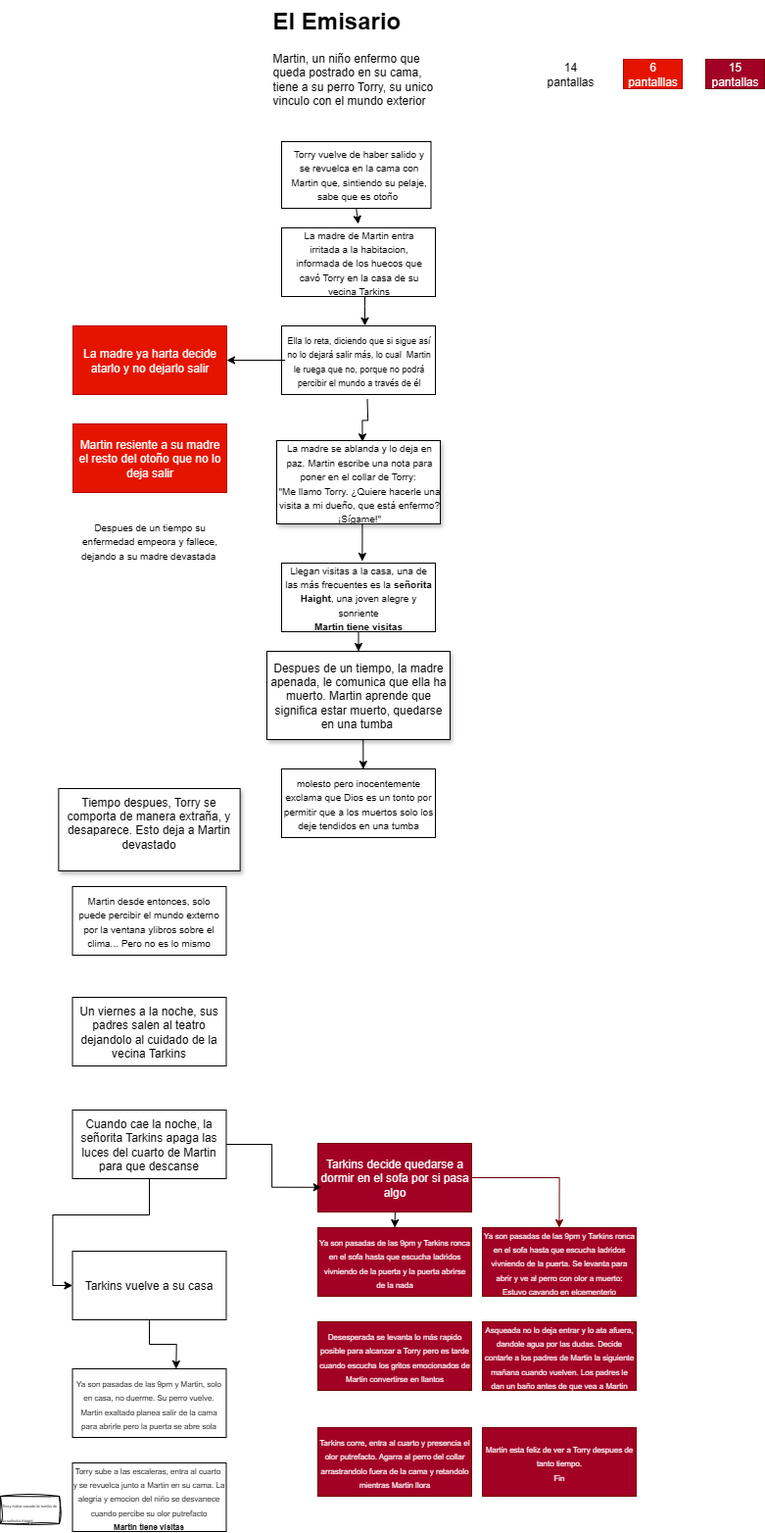
ro276/pmiw keeps this draw.io diagram as Diagrama E Emisario.drawio.png. Above is the earlier version. Source tidied: cells renumbered, new cells last; positions are measured from the earlier drawing's top-left corner, leaving out a move shared by most shapes. Its diagram source:
```xml
<mxGraphModel>
  <root>
    <mxCell id="0" />
    <mxCell id="1" parent="0" />
    <mxCell id="2" style="edgeStyle=orthogonalEdgeStyle;rounded=0;jettySize=auto;html=1;exitX=0.5;exitY=1;exitDx=0;exitDy=0;" parent="1" edge="1" source="3">
      <mxGeometry relative="1" as="geometry">
        <mxPoint x="365.3" y="228" as="targetPoint" />
      </mxGeometry>
    </mxCell>
    <mxCell id="3" style="rounded=0;whiteSpace=wrap;html=1;" parent="1" vertex="1">
      <mxGeometry x="287" y="144" width="152.5" height="68" as="geometry" />
    </mxCell>
    <mxCell id="4" style="edgeStyle=orthogonalEdgeStyle;rounded=0;jettySize=auto;html=1;entryX=0.532;entryY=-0.002;entryDx=0;entryDy=0;entryPerimeter=0;" parent="1" edge="1" source="5" target="11">
      <mxGeometry relative="1" as="geometry">
        <Array as="points">
          <mxPoint x="372" y="312" />
          <mxPoint x="372" y="312" />
        </Array>
      </mxGeometry>
    </mxCell>
    <mxCell id="5" style="rounded=0;whiteSpace=wrap;html=1;" parent="1" vertex="1">
      <mxGeometry x="287" y="232" width="157" height="70" as="geometry" />
    </mxCell>
    <mxCell id="6" value="&lt;font size=&quot;1&quot;&gt;Torry vuelve de haber salido y se revuelca en la cama con Martin que, sintiendo su pelaje, sabe que es otoño&amp;nbsp;&lt;/font&gt;" style="text;html=1;align=center;verticalAlign=middle;whiteSpace=wrap;rounded=0;" parent="1" vertex="1">
      <mxGeometry x="292.8" y="167" width="145.5" height="20" as="geometry" />
    </mxCell>
    <mxCell id="7" style="rounded=0;whiteSpace=wrap;html=1;" parent="1" vertex="1">
      <mxGeometry x="287" y="332" width="157" height="70" as="geometry" />
    </mxCell>
    <mxCell id="8" style="edgeStyle=orthogonalEdgeStyle;rounded=0;jettySize=auto;html=1;exitX=0.5;exitY=1;exitDx=0;exitDy=0;" parent="1" edge="1" source="9">
      <mxGeometry relative="1" as="geometry">
        <mxPoint x="369.4" y="572" as="targetPoint" />
      </mxGeometry>
    </mxCell>
    <mxCell id="9" value="&lt;div style=&quot;text-align: center;&quot;&gt;&lt;font style=&quot;background-color: transparent; color: light-dark(rgb(0, 0, 0), rgb(255, 255, 255)); font-size: 10px;&quot;&gt;La madre se ablanda y lo deja en paz.&amp;nbsp;&lt;/font&gt;&lt;span style=&quot;background-color: transparent; color: light-dark(rgb(0, 0, 0), rgb(255, 255, 255)); font-size: 10px;&quot;&gt;Martin escribe una nota para poner en el collar de Torry:&amp;nbsp;&lt;/span&gt;&lt;/div&gt;&lt;div style=&quot;text-align: center;&quot;&gt;&lt;span style=&quot;font-size: 10px; background-color: transparent; color: light-dark(rgb(0, 0, 0), rgb(255, 255, 255)); text-align: left;&quot;&gt;&quot;&lt;/span&gt;&lt;span style=&quot;font-size: 10px; background-color: transparent; color: light-dark(rgb(0, 0, 0), rgb(255, 255, 255)); text-align: left;&quot;&gt;Me llamo Torry. ¿Quiere hacerle una visita a mi dueño, que está enfermo? ¡Sígame!&quot;&lt;/span&gt;&lt;/div&gt;" style="rounded=0;whiteSpace=wrap;html=1;glass=0;shadow=1;align=left;" parent="1" vertex="1">
      <mxGeometry x="282" y="449" width="167" height="85" as="geometry" />
    </mxCell>
    <mxCell id="10" value="&lt;font size=&quot;1&quot;&gt;La madre de Martin entra irritada a la habitacion, informada de los huecos que cavó Torry en la casa de su vecina Tarkins&lt;/font&gt;" style="text;html=1;align=center;verticalAlign=middle;whiteSpace=wrap;rounded=0;" parent="1" vertex="1">
      <mxGeometry x="292.8" y="257" width="145.5" height="20" as="geometry" />
    </mxCell>
    <mxCell id="11" style="rounded=0;whiteSpace=wrap;html=1;" parent="1" vertex="1">
      <mxGeometry x="287" y="332" width="157" height="70" as="geometry" />
    </mxCell>
    <mxCell id="12" style="edgeStyle=orthogonalEdgeStyle;rounded=0;jettySize=auto;html=1;entryX=1;entryY=0.5;entryDx=0;entryDy=0;" parent="1" edge="1" source="13" target="14">
      <mxGeometry relative="1" as="geometry" />
    </mxCell>
    <mxCell id="13" value="&lt;font style=&quot;font-size: 9px;&quot;&gt;Ella lo reta, diciendo que si sigue así no lo dejará salir más, lo cual&amp;nbsp; Martin le ruega que no, porque no podrá percibir el mundo a través de él&lt;/font&gt;" style="text;html=1;align=center;verticalAlign=middle;whiteSpace=wrap;rounded=0;" parent="1" vertex="1">
      <mxGeometry x="290.6" y="353.5" width="149.8" height="27" as="geometry" />
    </mxCell>
    <mxCell id="14" value="La madre ya harta decide atarlo y no dejarlo salir" style="rounded=0;whiteSpace=wrap;html=1;fillColor=#e51400;fontColor=#ffffff;strokeColor=#B20000;" parent="1" vertex="1">
      <mxGeometry x="74" y="332" width="157" height="70" as="geometry" />
    </mxCell>
    <mxCell id="15" value="Martin resiente a su madre el resto del otoño que no lo deja salir" style="rounded=0;whiteSpace=wrap;html=1;fillColor=#e51400;fontColor=#ffffff;strokeColor=#B20000;" parent="1" vertex="1">
      <mxGeometry x="74" y="432" width="157" height="70" as="geometry" />
    </mxCell>
    <mxCell id="16" style="edgeStyle=orthogonalEdgeStyle;rounded=0;jettySize=auto;html=1;exitX=0.5;exitY=1;exitDx=0;exitDy=0;entryX=0.5;entryY=0;entryDx=0;entryDy=0;" parent="1" edge="1" source="17" target="18">
      <mxGeometry relative="1" as="geometry" />
    </mxCell>
    <mxCell id="17" value="&lt;font style=&quot;font-size: 10px;&quot;&gt;Llegan visitas a la casa, una de las más frecuentes es la &lt;b&gt;señorita Haight&lt;/b&gt;, una joven alegre y sonriente&lt;/font&gt;&lt;div&gt;&lt;font style=&quot;font-size: 10px;&quot;&gt;&lt;b&gt;Martin tiene visitas&lt;/b&gt;&lt;/font&gt;&lt;/div&gt;" style="rounded=0;whiteSpace=wrap;html=1;" parent="1" vertex="1">
      <mxGeometry x="287" y="574" width="157" height="70" as="geometry" />
    </mxCell>
    <mxCell id="18" value="Despues de un tiempo, la madre apenada, le comunica que ella ha muerto. Martin&lt;span style=&quot;background-color: transparent; color: light-dark(rgb(0, 0, 0), rgb(255, 255, 255));&quot;&gt;&amp;nbsp;aprende que significa estar muerto, quedarse en una tumba&amp;nbsp;&lt;/span&gt;" style="rounded=0;whiteSpace=wrap;html=1;shadow=1;" parent="1" vertex="1">
      <mxGeometry x="272" y="664" width="187" height="90" as="geometry" />
    </mxCell>
    <mxCell id="19" value="Tiempo despues, Torry se comporta de manera extraña, y desaparece. Esto deja a Martin devastado&lt;div&gt;&lt;br&gt;&lt;/div&gt;" style="rounded=0;whiteSpace=wrap;html=1;shadow=1;" parent="1" vertex="1">
      <mxGeometry x="59.4" y="804" width="185.2" height="84" as="geometry" />
    </mxCell>
    <mxCell id="20" value="&lt;font style=&quot;font-size: 10px;&quot;&gt;molesto pero inocentemente exclama que Dios es un tonto por permitir que a los muertos solo los deje tendidos en una tumba&lt;/font&gt;" style="rounded=0;whiteSpace=wrap;html=1;" parent="1" vertex="1">
      <mxGeometry x="287" y="784" width="157" height="70" as="geometry" />
    </mxCell>
    <mxCell id="21" value="&lt;font style=&quot;font-size: 10px;&quot;&gt;Martin desde entonces, solo puede percibir el mundo externo por la ventana ylibros sobre el clima... Pero no es lo mismo&lt;/font&gt;" style="rounded=0;whiteSpace=wrap;html=1;" parent="1" vertex="1">
      <mxGeometry x="73.5" y="904" width="157" height="70" as="geometry" />
    </mxCell>
    <mxCell id="22" value="Un viernes a la noche, sus padres salen al teatro dejandolo al cuidado de la vecina Tarkins" style="rounded=0;whiteSpace=wrap;html=1;" parent="1" vertex="1">
      <mxGeometry x="73.5" y="1017" width="157" height="70" as="geometry" />
    </mxCell>
    <mxCell id="23" value="&lt;h1 style=&quot;margin-top: 0px;&quot;&gt;El Emisario&lt;/h1&gt;&lt;p&gt;Martin, un niño enfermo que queda postrado en su cama, tiene a su perro Torry, su unico vinculo con el mundo exterior&lt;/p&gt;" style="text;html=1;whiteSpace=wrap;overflow=hidden;rounded=0;" parent="1" vertex="1">
      <mxGeometry x="275.5" width="180" height="120" as="geometry" />
    </mxCell>
    <mxCell id="24" style="edgeStyle=orthogonalEdgeStyle;rounded=0;jettySize=auto;html=1;exitX=0.5;exitY=1;exitDx=0;exitDy=0;entryX=0.524;entryY=0.015;entryDx=0;entryDy=0;entryPerimeter=0;" parent="1" edge="1" target="9">
      <mxGeometry relative="1" as="geometry">
        <mxPoint x="374.5" y="407" as="sourcePoint" />
      </mxGeometry>
    </mxCell>
    <mxCell id="25" style="edgeStyle=orthogonalEdgeStyle;rounded=0;jettySize=auto;html=1;exitX=0.5;exitY=1;exitDx=0;exitDy=0;entryX=0.531;entryY=0.003;entryDx=0;entryDy=0;entryPerimeter=0;" parent="1" edge="1" source="18" target="20">
      <mxGeometry relative="1" as="geometry" />
    </mxCell>
    <mxCell id="26" value="&lt;font style=&quot;font-size: 10px;&quot;&gt;Despues de un tiempo su enfermedad empeora y fallece, dejando a su madre devastada&amp;nbsp;&lt;/font&gt;" style="rounded=0;whiteSpace=wrap;html=1;fillColor=none;strokeColor=none;gradientColor=none;" parent="1" vertex="1">
      <mxGeometry x="74" y="516" width="157" height="70" as="geometry" />
    </mxCell>
    <mxCell id="27" style="edgeStyle=orthogonalEdgeStyle;rounded=0;jettySize=auto;html=1;entryX=0;entryY=0.5;entryDx=0;entryDy=0;" parent="1" edge="1" source="28" target="33">
      <mxGeometry relative="1" as="geometry" />
    </mxCell>
    <mxCell id="28" value="Cuando cae la noche, la señorita Tarkins apaga las luces del cuarto de Martin para que descanse" style="rounded=0;whiteSpace=wrap;html=1;" parent="1" vertex="1">
      <mxGeometry x="73.5" y="1132" width="157" height="70" as="geometry" />
    </mxCell>
    <mxCell id="29" style="edgeStyle=orthogonalEdgeStyle;rounded=0;jettySize=auto;html=1;entryX=0.5;entryY=0;entryDx=0;entryDy=0;fillColor=#a20025;strokeColor=#6F0000;" parent="1" edge="1" source="31" target="35">
      <mxGeometry relative="1" as="geometry" />
    </mxCell>
    <mxCell id="30" style="edgeStyle=orthogonalEdgeStyle;rounded=0;jettySize=auto;html=1;exitX=0.5;exitY=1;exitDx=0;exitDy=0;entryX=0.5;entryY=0;entryDx=0;entryDy=0;" parent="1" edge="1" target="42">
      <mxGeometry relative="1" as="geometry">
        <mxPoint x="402.5" y="1202" as="sourcePoint" />
      </mxGeometry>
    </mxCell>
    <mxCell id="31" value="Tarkins decide quedarse a dormir en el sofa por si pasa algo" style="rounded=0;whiteSpace=wrap;html=1;fillColor=#a20025;strokeColor=#6F0000;fontColor=#ffffff;" parent="1" vertex="1">
      <mxGeometry x="324" y="1166" width="157" height="70" as="geometry" />
    </mxCell>
    <mxCell id="32" style="edgeStyle=orthogonalEdgeStyle;rounded=0;jettySize=auto;html=1;exitX=0.5;exitY=1;exitDx=0;exitDy=0;" parent="1" edge="1" source="33">
      <mxGeometry relative="1" as="geometry">
        <mxPoint x="179.3" y="1396" as="targetPoint" />
      </mxGeometry>
    </mxCell>
    <mxCell id="33" value="Tarkins vuelve a su casa" style="rounded=0;whiteSpace=wrap;html=1;" parent="1" vertex="1">
      <mxGeometry x="73.5" y="1276" width="157" height="70" as="geometry" />
    </mxCell>
    <mxCell id="34" value="&lt;span style=&quot;font-size: 8px;&quot;&gt;Ya son pasadas de las 9pm y Martin, solo en casa, no duerme. Su perro vuelve.&lt;/span&gt;&lt;div&gt;&lt;span style=&quot;font-size: 8px;&quot;&gt;Martin exaltado planea salir de la cama para abrirle pero la puerta se abre sola&lt;/span&gt;&lt;/div&gt;" style="rounded=0;whiteSpace=wrap;html=1;" parent="1" vertex="1">
      <mxGeometry x="73.5" y="1396" width="157" height="70" as="geometry" />
    </mxCell>
    <mxCell id="35" value="&lt;span style=&quot;font-size: 8px;&quot;&gt;Ya son pasadas de las 9pm y Tarkins ronca en el sofa hasta que escucha ladridos vivniendo de la puerta. Se levanta para abrir y ve al perro con olor a muerto: Estuvo cavando en elcementerio&lt;/span&gt;" style="rounded=0;whiteSpace=wrap;html=1;fillColor=#a20025;strokeColor=#6F0000;fontColor=#ffffff;" parent="1" vertex="1">
      <mxGeometry x="492" y="1252" width="157" height="70" as="geometry" />
    </mxCell>
    <mxCell id="36" value="&lt;span style=&quot;font-size: 8px;&quot;&gt;Torry sube a las escaleras, entra al cuarto&amp;nbsp; y se revuelca junto a Martin en su cama. La alegria y emocion del niño se desvanece cuando percibe su olor putrefacto&lt;/span&gt;&lt;div&gt;&lt;span style=&quot;font-size: 8px;&quot;&gt;&lt;b&gt;Martin tiene visitas&lt;/b&gt;&lt;/span&gt;&lt;/div&gt;" style="rounded=0;whiteSpace=wrap;html=1;" parent="1" vertex="1">
      <mxGeometry x="73.5" y="1492" width="157" height="70" as="geometry" />
    </mxCell>
    <mxCell id="37" value="&lt;span style=&quot;font-size: 8px;&quot;&gt;Desesperada se levanta lo más rapido posible para alcanzar a Torry pero es tarde cuando escucha los gritos emocionados de Martin convertirse en llantos&lt;/span&gt;" style="rounded=0;whiteSpace=wrap;html=1;fillColor=#a20025;strokeColor=#6F0000;fontColor=#ffffff;" parent="1" vertex="1">
      <mxGeometry x="324" y="1348" width="157" height="70" as="geometry" />
    </mxCell>
    <mxCell id="38" value="14 pantallas" style="text;html=1;align=center;verticalAlign=middle;whiteSpace=wrap;rounded=0;" parent="1" vertex="1">
      <mxGeometry x="552" y="60" width="60" height="30" as="geometry" />
    </mxCell>
    <mxCell id="39" value="6 pantalllas" style="text;html=1;align=center;verticalAlign=middle;whiteSpace=wrap;rounded=0;fillColor=#e51400;fontColor=#ffffff;strokeColor=#B20000;" parent="1" vertex="1">
      <mxGeometry x="636" y="60" width="60" height="30" as="geometry" />
    </mxCell>
    <mxCell id="40" value="15 pantallas" style="text;html=1;align=center;verticalAlign=middle;whiteSpace=wrap;rounded=0;fillColor=#a20025;fontColor=#ffffff;strokeColor=#6F0000;" parent="1" vertex="1">
      <mxGeometry x="720" y="60" width="60" height="30" as="geometry" />
    </mxCell>
    <mxCell id="41" value="&lt;span style=&quot;font-size: 8px;&quot;&gt;Tarkins corre, entra al cuarto y presencia el olor putrefacto. Agarra al perro del collar arrastrandolo fuera de la cama y retandolo mientras Martin llora&lt;/span&gt;" style="rounded=0;whiteSpace=wrap;html=1;fillColor=#a20025;strokeColor=#6F0000;fontColor=#ffffff;" parent="1" vertex="1">
      <mxGeometry x="324" y="1456" width="157" height="70" as="geometry" />
    </mxCell>
    <mxCell id="42" value="&lt;span style=&quot;font-size: 8px;&quot;&gt;Ya son pasadas de las 9pm y Tarkins ronca en el sofa hasta que escucha ladridos vivniendo de la puerta y la puerta abrirse de la nada&lt;/span&gt;" style="rounded=0;whiteSpace=wrap;html=1;fillColor=#a20025;strokeColor=#6F0000;fontColor=#ffffff;" parent="1" vertex="1">
      <mxGeometry x="324" y="1252" width="157" height="70" as="geometry" />
    </mxCell>
    <mxCell id="43" value="&lt;span style=&quot;font-size: 8px;&quot;&gt;Asqueada no lo deja entrar y lo ata afuera, dandole agua por las dudas. Decide contarle a los padres de Martin la siguiente mañana cuando vuelven. Los padres le dan un baño antes de que vea a Martin&lt;/span&gt;" style="rounded=0;whiteSpace=wrap;html=1;fillColor=#a20025;strokeColor=#6F0000;fontColor=#ffffff;" parent="1" vertex="1">
      <mxGeometry x="492" y="1348" width="157" height="70" as="geometry" />
    </mxCell>
    <mxCell id="44" value="&lt;span style=&quot;font-size: 8px;&quot;&gt;Martin esta feliz de ver a Torry despues de tanto tiempo.&lt;/span&gt;&lt;div&gt;&lt;span style=&quot;font-size: 8px;&quot;&gt;Fin&lt;/span&gt;&lt;/div&gt;" style="rounded=0;whiteSpace=wrap;html=1;fillColor=#a20025;strokeColor=#6F0000;fontColor=#ffffff;" parent="1" vertex="1">
      <mxGeometry x="492" y="1456" width="157" height="70" as="geometry" />
    </mxCell>
    <mxCell id="45" value="&lt;font style=&quot;font-size: 4px;&quot;&gt;Torry habia cavado la tumba de la señorita Haight&lt;/font&gt;" style="rounded=0;whiteSpace=wrap;html=1;sketch=1;curveFitting=1;jiggle=2;align=left;" parent="1" vertex="1">
      <mxGeometry y="1526" width="60" height="28" as="geometry" />
    </mxCell>
    <mxCell id="46" style="edgeStyle=orthogonalEdgeStyle;rounded=0;jettySize=auto;html=1;exitX=1;exitY=0.5;exitDx=0;exitDy=0;entryX=0.024;entryY=0.64;entryDx=0;entryDy=0;entryPerimeter=0;" parent="1" edge="1" source="28" target="31">
      <mxGeometry relative="1" as="geometry" />
    </mxCell>
  </root>
</mxGraphModel>
```
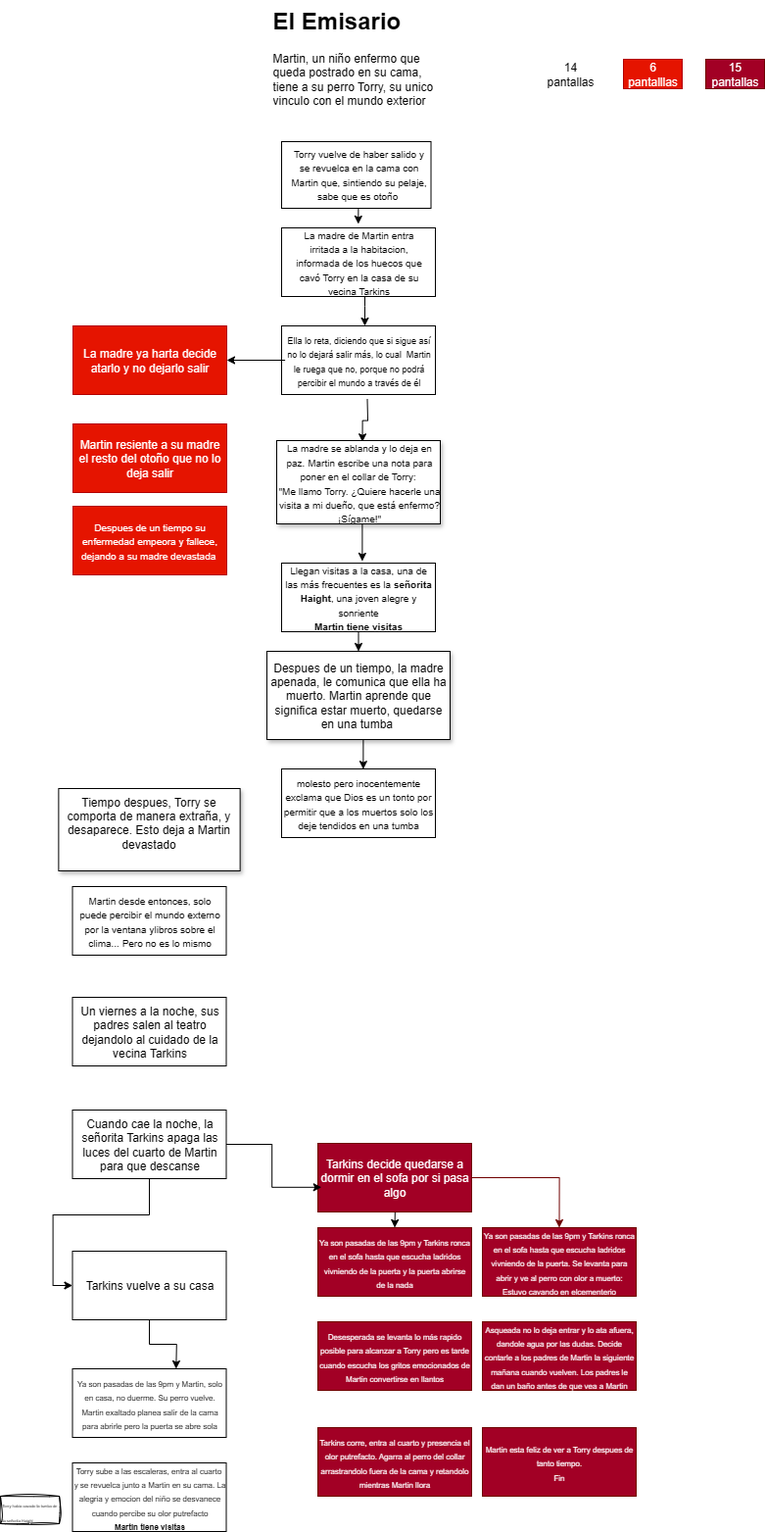
The same diagram one commit later.

Change to the diagram source:
```diff
@@ -85,7 +85,7 @@
     <mxCell id="25" style="edgeStyle=orthogonalEdgeStyle;rounded=0;jettySize=auto;html=1;exitX=0.5;exitY=1;exitDx=0;exitDy=0;entryX=0.531;entryY=0.003;entryDx=0;entryDy=0;entryPerimeter=0;" parent="1" edge="1" source="18" target="20">
       <mxGeometry relative="1" as="geometry" />
     </mxCell>
-    <mxCell id="26" value="&lt;font style=&quot;font-size: 10px;&quot;&gt;Despues de un tiempo su enfermedad empeora y fallece, dejando a su madre devastada&amp;nbsp;&lt;/font&gt;" style="rounded=0;whiteSpace=wrap;html=1;fillColor=none;strokeColor=none;gradientColor=none;" parent="1" vertex="1">
+    <mxCell id="26" value="&lt;font style=&quot;font-size: 10px; color: rgb(255, 255, 255);&quot;&gt;Despues de un tiempo su enfermedad empeora y fallece, dejando a su madre devastada&amp;nbsp;&lt;/font&gt;" style="rounded=0;whiteSpace=wrap;html=1;fillColor=#e51400;strokeColor=#B20000;fontColor=#ffffff;" parent="1" vertex="1">
       <mxGeometry x="74" y="516" width="157" height="70" as="geometry" />
     </mxCell>
     <mxCell id="27" style="edgeStyle=orthogonalEdgeStyle;rounded=0;jettySize=auto;html=1;entryX=0;entryY=0.5;entryDx=0;entryDy=0;" parent="1" edge="1" source="28" target="33">
```
